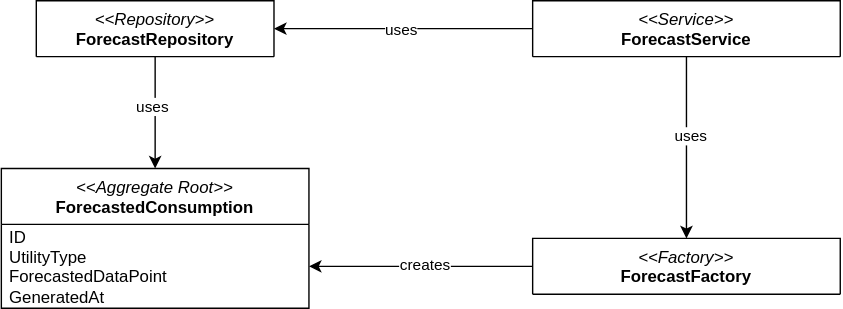
This is docs/report/img/uml/forecast_ddd.svg from EnergyConsumptionOptimizer/documentation, a draw.io export, as it was before one commit. Source tidied: cells renumbered, new cells last; positions are measured from the earlier drawing's top-left corner, leaving out a move shared by most shapes. The source it was exported from:
```xml
<mxGraphModel>
  <root>
    <mxCell id="0" />
    <mxCell id="1" parent="0" />
    <mxCell id="2" style="edgeStyle=orthogonalEdgeStyle;rounded=0;jettySize=auto;html=1;entryX=0.5;entryY=0;entryDx=0;entryDy=0;" parent="1" edge="1" source="6" target="9">
      <mxGeometry relative="1" as="geometry" />
    </mxCell>
    <mxCell id="3" value="uses" style="edgeLabel;html=1;align=center;verticalAlign=middle;" parent="2" vertex="1">
      <mxGeometry x="-0.14" y="2" relative="1" as="geometry" />
    </mxCell>
    <mxCell id="4" style="edgeStyle=orthogonalEdgeStyle;rounded=0;jettySize=auto;html=1;entryX=1;entryY=0.5;entryDx=0;entryDy=0;" parent="1" edge="1" source="6" target="12">
      <mxGeometry relative="1" as="geometry" />
    </mxCell>
    <mxCell id="5" value="uses" style="edgeLabel;html=1;align=center;verticalAlign=middle;" parent="4" vertex="1">
      <mxGeometry x="0.02" relative="1" as="geometry" />
    </mxCell>
    <mxCell id="6" value="&lt;i&gt;&amp;lt;&amp;lt;Service&amp;gt;&amp;gt;&lt;/i&gt;&lt;br&gt;&lt;b&gt;ForecastService&lt;/b&gt;" style="swimlane;fontStyle=0;align=center;verticalAlign=top;horizontal=1;startSize=40;html=1;whiteSpace=wrap;" parent="1" vertex="1">
      <mxGeometry x="380" width="220" height="40" as="geometry" />
    </mxCell>
    <mxCell id="7" style="edgeStyle=orthogonalEdgeStyle;rounded=0;jettySize=auto;html=1;entryX=1;entryY=0.5;entryDx=0;entryDy=0;" parent="1" edge="1" source="9" target="14">
      <mxGeometry relative="1" as="geometry" />
    </mxCell>
    <mxCell id="8" value="creates" style="edgeLabel;html=1;align=center;verticalAlign=middle;" parent="7" vertex="1">
      <mxGeometry x="-0.04" y="-2" relative="1" as="geometry" />
    </mxCell>
    <mxCell id="9" value="&lt;i&gt;&amp;lt;&amp;lt;Factory&amp;gt;&amp;gt;&lt;/i&gt;&lt;br&gt;&lt;b&gt;ForecastFactory&lt;/b&gt;" style="swimlane;fontStyle=0;align=center;verticalAlign=top;horizontal=1;startSize=40;html=1;whiteSpace=wrap;" parent="1" vertex="1">
      <mxGeometry x="380" y="170" width="220" height="40" as="geometry" />
    </mxCell>
    <mxCell id="10" style="edgeStyle=orthogonalEdgeStyle;rounded=0;jettySize=auto;html=1;entryX=0.5;entryY=0;entryDx=0;entryDy=0;" parent="1" edge="1" source="12" target="13">
      <mxGeometry relative="1" as="geometry" />
    </mxCell>
    <mxCell id="11" value="uses" style="edgeLabel;html=1;align=center;verticalAlign=middle;" parent="10" vertex="1">
      <mxGeometry x="-0.13" y="-3" relative="1" as="geometry" />
    </mxCell>
    <mxCell id="12" value="&lt;i&gt;&amp;lt;&amp;lt;Repository&amp;gt;&amp;gt;&lt;/i&gt;&lt;br&gt;&lt;b&gt;ForecastRepository&lt;/b&gt;" style="swimlane;fontStyle=0;align=center;verticalAlign=top;horizontal=1;startSize=40;html=1;whiteSpace=wrap;" parent="1" vertex="1">
      <mxGeometry x="25" width="170" height="40" as="geometry" />
    </mxCell>
    <mxCell id="13" value="&lt;i&gt;&amp;lt;&amp;lt;Aggregate Root&amp;gt;&amp;gt;&lt;/i&gt;&lt;br&gt;&lt;b&gt;ForecastedConsumption&lt;br&gt;&lt;br&gt;&lt;/b&gt;" style="swimlane;fontStyle=0;align=center;verticalAlign=top;horizontal=1;startSize=40;html=1;whiteSpace=wrap;" parent="1" vertex="1">
      <mxGeometry y="120" width="220" height="100" as="geometry" />
    </mxCell>
    <mxCell id="14" value="&lt;div&gt;ID&lt;/div&gt;&lt;div&gt;UtilityType&lt;/div&gt;&lt;div&gt;ForecastedDataPoint&lt;/div&gt;&lt;div&gt;GeneratedAt&lt;/div&gt;" style="text;html=1;strokeColor=none;fillColor=none;align=left;verticalAlign=middle;spacingLeft=4;spacingRight=4;overflow=hidden;points=[[0,0.5],[1,0.5]];portConstraint=eastwest;whiteSpace=wrap;" parent="13" vertex="1">
      <mxGeometry y="40" width="220" height="60" as="geometry" />
    </mxCell>
  </root>
</mxGraphModel>
```
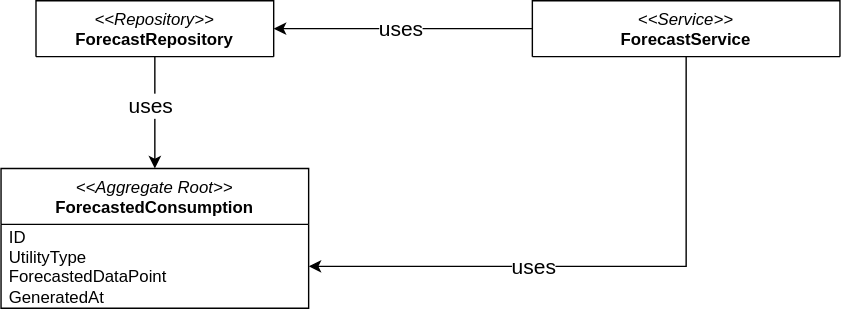
After the commit.

The edit, as a diff of the source:
```diff
@@ -2,36 +2,29 @@
   <root>
     <mxCell id="0" />
     <mxCell id="1" parent="0" />
-    <mxCell id="2" style="edgeStyle=orthogonalEdgeStyle;rounded=0;jettySize=auto;html=1;entryX=0.5;entryY=0;entryDx=0;entryDy=0;" parent="1" edge="1" source="6" target="9">
-      <mxGeometry relative="1" as="geometry" />
-    </mxCell>
-    <mxCell id="3" value="uses" style="edgeLabel;html=1;align=center;verticalAlign=middle;" parent="2" vertex="1">
-      <mxGeometry x="-0.14" y="2" relative="1" as="geometry" />
-    </mxCell>
     <mxCell id="4" style="edgeStyle=orthogonalEdgeStyle;rounded=0;jettySize=auto;html=1;entryX=1;entryY=0.5;entryDx=0;entryDy=0;" parent="1" edge="1" source="6" target="12">
       <mxGeometry relative="1" as="geometry" />
     </mxCell>
-    <mxCell id="5" value="uses" style="edgeLabel;html=1;align=center;verticalAlign=middle;" parent="4" vertex="1">
-      <mxGeometry x="0.02" relative="1" as="geometry" />
-    </mxCell>
+    <mxCell id="15" value="uses" style="edgeLabel;html=1;align=center;verticalAlign=middle;fontSize=15;" parent="4" vertex="1">
+      <mxGeometry x="0.02" relative="1" as="geometry" />
+    </mxCell>
     <mxCell id="6" value="&lt;i&gt;&amp;lt;&amp;lt;Service&amp;gt;&amp;gt;&lt;/i&gt;&lt;br&gt;&lt;b&gt;ForecastService&lt;/b&gt;" style="swimlane;fontStyle=0;align=center;verticalAlign=top;horizontal=1;startSize=40;html=1;whiteSpace=wrap;" parent="1" vertex="1">
       <mxGeometry x="380" width="220" height="40" as="geometry" />
     </mxCell>
-    <mxCell id="7" style="edgeStyle=orthogonalEdgeStyle;rounded=0;jettySize=auto;html=1;entryX=1;entryY=0.5;entryDx=0;entryDy=0;" parent="1" edge="1" source="9" target="14">
-      <mxGeometry relative="1" as="geometry" />
-    </mxCell>
+    <mxCell id="16" style="edgeStyle=orthogonalEdgeStyle;rounded=0;jettySize=auto;html=1;entryX=1;entryY=0.5;entryDx=0;entryDy=0;exitX=0.5;exitY=1;exitDx=0;exitDy=0;" parent="1" edge="1" source="6" target="14">
+      <mxGeometry relative="1" as="geometry" />
+    </mxCell>
-    <mxCell id="8" value="creates" style="edgeLabel;html=1;align=center;verticalAlign=middle;" parent="7" vertex="1">
-      <mxGeometry x="-0.04" y="-2" relative="1" as="geometry" />
+    <mxCell id="8" value="creates" style="edgeLabel;html=1;align=center;verticalAlign=middle;fontSize=15;" parent="16" vertex="1">
+      <mxGeometry x="-0.04" y="-2" relative="1" as="geometry">
+        <mxPoint x="-57" y="2" as="offset" />
+      </mxGeometry>
     </mxCell>
-    <mxCell id="9" value="&lt;i&gt;&amp;lt;&amp;lt;Factory&amp;gt;&amp;gt;&lt;/i&gt;&lt;br&gt;&lt;b&gt;ForecastFactory&lt;/b&gt;" style="swimlane;fontStyle=0;align=center;verticalAlign=top;horizontal=1;startSize=40;html=1;whiteSpace=wrap;" parent="1" vertex="1">
-      <mxGeometry x="380" y="170" width="220" height="40" as="geometry" />
-    </mxCell>
     <mxCell id="10" style="edgeStyle=orthogonalEdgeStyle;rounded=0;jettySize=auto;html=1;entryX=0.5;entryY=0;entryDx=0;entryDy=0;" parent="1" edge="1" source="12" target="13">
       <mxGeometry relative="1" as="geometry" />
     </mxCell>
-    <mxCell id="11" value="uses" style="edgeLabel;html=1;align=center;verticalAlign=middle;" parent="10" vertex="1">
-      <mxGeometry x="-0.13" y="-3" relative="1" as="geometry" />
-    </mxCell>
+    <mxCell id="17" value="uses" style="edgeLabel;html=1;align=center;verticalAlign=middle;fontSize=15;" parent="10" vertex="1">
+      <mxGeometry x="-0.13" y="-3" relative="1" as="geometry" />
+    </mxCell>
     <mxCell id="12" value="&lt;i&gt;&amp;lt;&amp;lt;Repository&amp;gt;&amp;gt;&lt;/i&gt;&lt;br&gt;&lt;b&gt;ForecastRepository&lt;/b&gt;" style="swimlane;fontStyle=0;align=center;verticalAlign=top;horizontal=1;startSize=40;html=1;whiteSpace=wrap;" parent="1" vertex="1">
       <mxGeometry x="25" width="170" height="40" as="geometry" />
     </mxCell>
```
